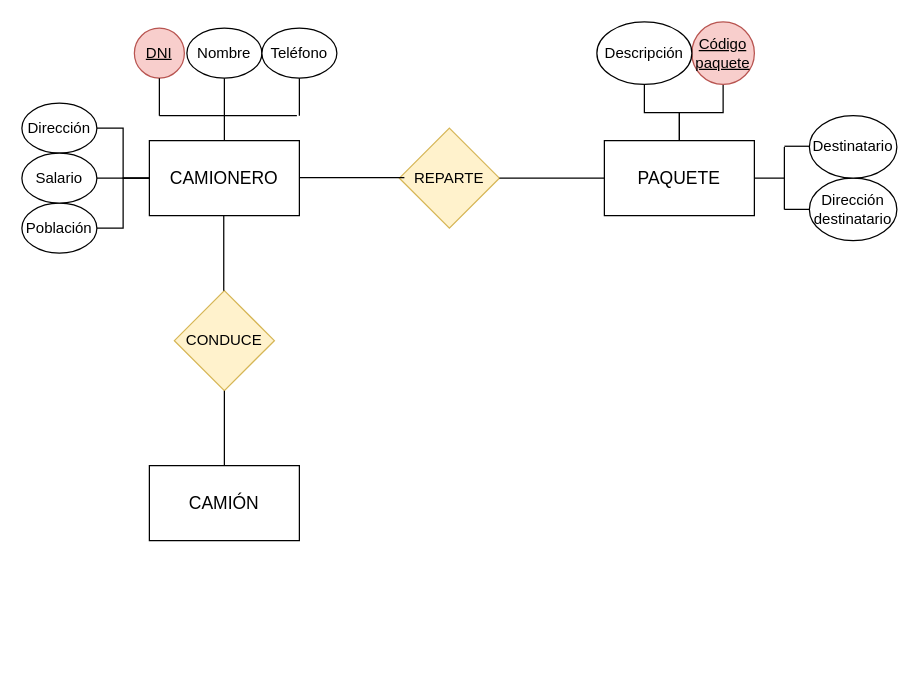
The draw.io diagram Unidad-2/Tareas/Tarea-4/images/Diagrama-4.drawio in IsaiasTolP/Base-Datos, before the edit. Source tidied: cells renumbered, new cells numbered last; positions are measured from the earlier drawing's top-left corner, leaving out a move shared by most shapes. Both pictures are drawn from the tidied source at 125%, with x=0, y=0 at pixel (21, 21).
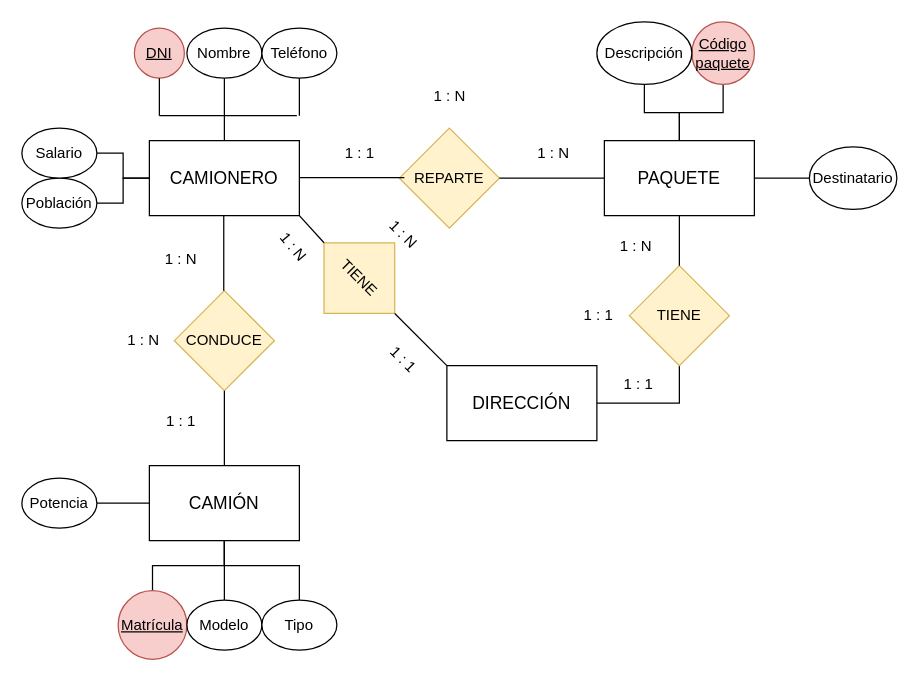
After the change.

The change refers to these unchanged cells:
```xml
<mxCell id="2" value="CAMIONERO" style="rounded=0;whiteSpace=wrap;html=1;fontSize=14;" parent="1" vertex="1">
  <mxGeometry x="102" y="95" width="120" height="60" as="geometry" />
</mxCell>
<mxCell id="3" value="PAQUETE" style="rounded=0;whiteSpace=wrap;html=1;fontSize=14;" parent="1" vertex="1">
  <mxGeometry x="466" y="95" width="120" height="60" as="geometry" />
</mxCell>
<mxCell id="7" value="CAMIÓN" style="rounded=0;whiteSpace=wrap;html=1;fontSize=14;" parent="1" vertex="1">
  <mxGeometry x="102" y="355" width="120" height="60" as="geometry" />
</mxCell>
```

Diff of the diagram source:
```diff
@@
-    <mxCell id="14" style="edgeStyle=orthogonalEdgeStyle;rounded=0;jettySize=auto;html=1;exitX=1;exitY=0.5;exitDx=0;exitDy=0;entryX=0;entryY=0.5;entryDx=0;entryDy=0;endArrow=none;endFill=0;" parent="1" edge="1" source="15" target="2">
-      <mxGeometry relative="1" as="geometry" />
-    </mxCell>
-    <mxCell id="15" value="Dirección" style="ellipse;whiteSpace=wrap;html=1;" parent="1" vertex="1">
-      <mxGeometry y="65" width="60" height="40" as="geometry" />
-    </mxCell>
@@
     <mxCell id="17" value="Población" style="ellipse;whiteSpace=wrap;html=1;" parent="1" vertex="1">
-      <mxGeometry y="145" width="60" height="40" as="geometry" />
+      <mxGeometry y="125" width="60" height="40" as="geometry" />
     </mxCell>
@@
     <mxCell id="19" value="Salario" style="ellipse;whiteSpace=wrap;html=1;" parent="1" vertex="1">
-      <mxGeometry y="105" width="60" height="40" as="geometry" />
+      <mxGeometry y="85" width="60" height="40" as="geometry" />
     </mxCell>
@@
-    <mxCell id="29" value="&lt;div&gt;Dirección&lt;/div&gt;&lt;div&gt;destinatario&lt;br&gt;&lt;/div&gt;" style="ellipse;whiteSpace=wrap;html=1;" parent="1" vertex="1">
-      <mxGeometry x="630" y="125" width="70" height="50" as="geometry" />
-    </mxCell>
     <mxCell id="30" value="Destinatario" style="ellipse;whiteSpace=wrap;html=1;" parent="1" vertex="1">
-      <mxGeometry x="630" y="75" width="70" height="50" as="geometry" />
+      <mxGeometry x="630" y="100" width="70" height="50" as="geometry" />
     </mxCell>
-    <mxCell id="31" style="endArrow=none;html=1;rounded=0;entryX=0;entryY=0.5;entryDx=0;entryDy=0;" parent="1" edge="1" target="29">
-      <mxGeometry relative="1" as="geometry">
-        <mxPoint x="610" y="150" as="sourcePoint" />
-      </mxGeometry>
-    </mxCell>
-    <mxCell id="32" style="endArrow=none;html=1;rounded=0;entryX=0;entryY=0.5;entryDx=0;entryDy=0;" parent="1" edge="1">
-      <mxGeometry relative="1" as="geometry">
-        <mxPoint x="610" y="99.5" as="sourcePoint" />
-        <mxPoint x="630" y="99.5" as="targetPoint" />
-      </mxGeometry>
-    </mxCell>
-    <mxCell id="33" style="endArrow=none;html=1;rounded=0;entryX=1;entryY=0.5;entryDx=0;entryDy=0;" parent="1" edge="1" target="3">
-      <mxGeometry relative="1" as="geometry">
-        <mxPoint x="610" y="125" as="sourcePoint" />
-      </mxGeometry>
+    <mxCell id="33" style="endArrow=none;html=1;rounded=0;entryX=1;entryY=0.5;entryDx=0;entryDy=0;exitX=0;exitY=0.5;exitDx=0;exitDy=0;" parent="1" edge="1" source="30" target="3">
+      <mxGeometry relative="1" as="geometry" />
     </mxCell>
-    <mxCell id="34" style="endArrow=none;html=1;rounded=0;" parent="1" edge="1">
-      <mxGeometry relative="1" as="geometry">
-        <mxPoint x="610" y="100" as="sourcePoint" />
-        <mxPoint x="610" y="150" as="targetPoint" />
-      </mxGeometry>
-    </mxCell>
+    <mxCell id="35" style="edgeStyle=orthogonalEdgeStyle;rounded=0;jettySize=auto;html=1;exitX=0.5;exitY=0;exitDx=0;exitDy=0;entryX=0.5;entryY=1;entryDx=0;entryDy=0;endArrow=none;endFill=0;" parent="1" edge="1" source="36" target="7">
+      <mxGeometry relative="1" as="geometry">
+        <Array as="points">
+          <mxPoint x="105" y="435" />
+          <mxPoint x="162" y="435" />
+        </Array>
+      </mxGeometry>
+    </mxCell>
+    <mxCell id="36" value="Matrícula" style="ellipse;whiteSpace=wrap;html=1;fillColor=#f8cecc;strokeColor=#b85450;fontStyle=4;" parent="1" vertex="1">
+      <mxGeometry x="77" y="455" width="55" height="55" as="geometry" />
+    </mxCell>
+    <mxCell id="37" style="edgeStyle=orthogonalEdgeStyle;rounded=0;jettySize=auto;html=1;exitX=0.5;exitY=0;exitDx=0;exitDy=0;entryX=0.5;entryY=1;entryDx=0;entryDy=0;endArrow=none;endFill=0;" parent="1" edge="1" source="38" target="7">
+      <mxGeometry relative="1" as="geometry" />
+    </mxCell>
+    <mxCell id="38" value="Modelo" style="ellipse;whiteSpace=wrap;html=1;" parent="1" vertex="1">
+      <mxGeometry x="132" y="462.5" width="60" height="40" as="geometry" />
+    </mxCell>
+    <mxCell id="39" style="edgeStyle=orthogonalEdgeStyle;rounded=0;jettySize=auto;html=1;endArrow=none;endFill=0;" parent="1" edge="1" source="40" target="7">
+      <mxGeometry relative="1" as="geometry" />
+    </mxCell>
+    <mxCell id="40" value="Potencia" style="ellipse;whiteSpace=wrap;html=1;" parent="1" vertex="1">
+      <mxGeometry y="365" width="60" height="40" as="geometry" />
+    </mxCell>
+    <mxCell id="41" style="edgeStyle=orthogonalEdgeStyle;rounded=0;jettySize=auto;html=1;exitX=0.5;exitY=0;exitDx=0;exitDy=0;entryX=0.5;entryY=1;entryDx=0;entryDy=0;endArrow=none;endFill=0;" parent="1" edge="1" source="42" target="7">
+      <mxGeometry relative="1" as="geometry">
+        <Array as="points">
+          <mxPoint x="222" y="435" />
+          <mxPoint x="162" y="435" />
+        </Array>
+      </mxGeometry>
+    </mxCell>
+    <mxCell id="42" value="Tipo" style="ellipse;whiteSpace=wrap;html=1;" parent="1" vertex="1">
+      <mxGeometry x="192" y="462.5" width="60" height="40" as="geometry" />
+    </mxCell>
+    <mxCell id="43" value="DIRECCIÓN" style="rounded=0;whiteSpace=wrap;html=1;fontSize=14;" parent="1" vertex="1">
+      <mxGeometry x="340" y="275" width="120" height="60" as="geometry" />
+    </mxCell>
+    <mxCell id="44" value="TIENE" style="rhombus;whiteSpace=wrap;html=1;rotation=45;fillColor=#fff2cc;strokeColor=#d6b656;" parent="1" vertex="1">
+      <mxGeometry x="230" y="165" width="80" height="80" as="geometry" />
+    </mxCell>
+    <mxCell id="45" style="edgeStyle=orthogonalEdgeStyle;rounded=0;jettySize=auto;html=1;exitX=0.5;exitY=1;exitDx=0;exitDy=0;entryX=1;entryY=0.5;entryDx=0;entryDy=0;endArrow=none;endFill=0;" parent="1" edge="1" source="46" target="43">
+      <mxGeometry relative="1" as="geometry" />
+    </mxCell>
+    <mxCell id="46" value="TIENE" style="rhombus;whiteSpace=wrap;html=1;fillColor=#fff2cc;strokeColor=#d6b656;" parent="1" vertex="1">
+      <mxGeometry x="486" y="195" width="80" height="80" as="geometry" />
+    </mxCell>
+    <mxCell id="47" style="endArrow=none;html=1;rounded=0;entryX=0;entryY=0.5;entryDx=0;entryDy=0;exitX=1;exitY=1;exitDx=0;exitDy=0;" parent="1" edge="1" source="2" target="44">
+      <mxGeometry relative="1" as="geometry" />
+    </mxCell>
+    <mxCell id="48" style="endArrow=none;html=1;rounded=0;entryX=1;entryY=0.5;entryDx=0;entryDy=0;exitX=0;exitY=0;exitDx=0;exitDy=0;" parent="1" edge="1" source="43" target="44">
+      <mxGeometry relative="1" as="geometry" />
+    </mxCell>
+    <mxCell id="49" style="endArrow=none;html=1;rounded=0;entryX=0.5;entryY=1;entryDx=0;entryDy=0;exitX=0.5;exitY=0;exitDx=0;exitDy=0;" parent="1" edge="1" source="46" target="3">
+      <mxGeometry relative="1" as="geometry" />
+    </mxCell>
+    <mxCell id="50" value="1 : 1" style="text;html=1;align=center;verticalAlign=middle;strokeColor=none;fillColor=none;" parent="1" vertex="1">
+      <mxGeometry x="468" y="275" width="50" height="30" as="geometry" />
+    </mxCell>
+    <mxCell id="51" value="1 : 1" style="text;html=1;align=center;verticalAlign=middle;strokeColor=none;fillColor=none;" parent="1" vertex="1">
+      <mxGeometry x="436" y="220" width="50" height="30" as="geometry" />
+    </mxCell>
+    <mxCell id="52" value="1 : N" style="text;html=1;align=center;verticalAlign=middle;strokeColor=none;fillColor=none;" parent="1" vertex="1">
+      <mxGeometry x="466" y="165" width="50" height="30" as="geometry" />
+    </mxCell>
+    <mxCell id="53" value="1 : 1" style="text;html=1;align=center;verticalAlign=middle;strokeColor=none;fillColor=none;" parent="1" vertex="1">
+      <mxGeometry x="102" y="305" width="50" height="30" as="geometry" />
+    </mxCell>
+    <mxCell id="54" value="1 : N" style="text;html=1;align=center;verticalAlign=middle;strokeColor=none;fillColor=none;" parent="1" vertex="1">
+      <mxGeometry x="102" y="175" width="50" height="30" as="geometry" />
+    </mxCell>
+    <mxCell id="55" value="1 : N" style="text;html=1;align=center;verticalAlign=middle;strokeColor=none;fillColor=none;" parent="1" vertex="1">
+      <mxGeometry x="72" y="240" width="50" height="30" as="geometry" />
+    </mxCell>
+    <mxCell id="56" value="1 : 1" style="text;html=1;align=center;verticalAlign=middle;strokeColor=none;fillColor=none;" parent="1" vertex="1">
+      <mxGeometry x="245" y="90" width="50" height="30" as="geometry" />
+    </mxCell>
+    <mxCell id="57" value="1 : N" style="text;html=1;align=center;verticalAlign=middle;" parent="1" vertex="1">
+      <mxGeometry x="317" y="45" width="50" height="30" as="geometry" />
+    </mxCell>
+    <mxCell id="58" value="1 : N" style="text;html=1;align=center;verticalAlign=middle;strokeColor=none;fillColor=none;" parent="1" vertex="1">
+      <mxGeometry x="400" y="90" width="50" height="30" as="geometry" />
+    </mxCell>
+    <mxCell id="59" value="1 : N" style="text;html=1;align=center;verticalAlign=middle;strokeColor=none;fillColor=none;rotation=50;" parent="1" vertex="1">
+      <mxGeometry x="192" y="165" width="50" height="30" as="geometry" />
+    </mxCell>
+    <mxCell id="60" value="1 : 1" style="text;html=1;align=center;verticalAlign=middle;strokeColor=none;fillColor=none;rotation=45;" parent="1" vertex="1">
+      <mxGeometry x="280" y="255" width="50" height="30" as="geometry" />
+    </mxCell>
+    <mxCell id="61" value="1 : N" style="text;html=1;align=center;verticalAlign=middle;strokeColor=none;fillColor=none;rotation=45;" parent="1" vertex="1">
+      <mxGeometry x="280" y="155" width="50" height="30" as="geometry" />
+    </mxCell>
```
